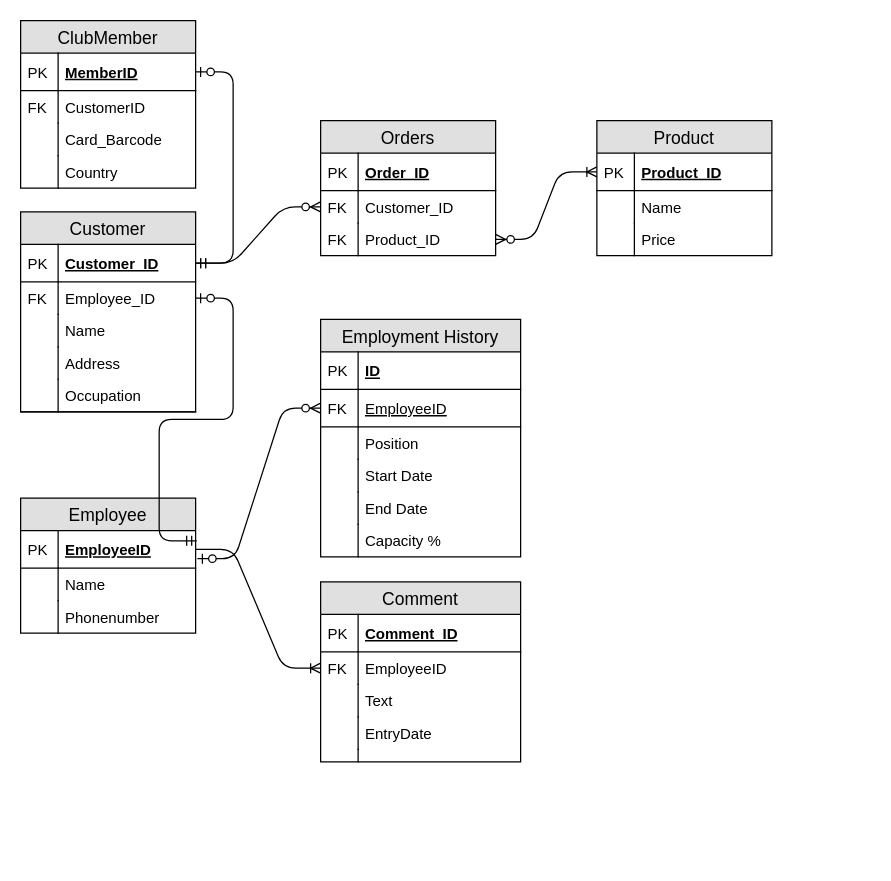
Above: ER Diagram.drawio in capperstrnd/DA352A_Project (draw.io), before the change. Source tidied: cells renumbered, new cells numbered last; positions are measured from the earlier drawing's top-left corner, leaving out a move shared by most shapes. Both pictures are drawn from the tidied source at 125%, with x=0, y=0 at pixel (20, 20).
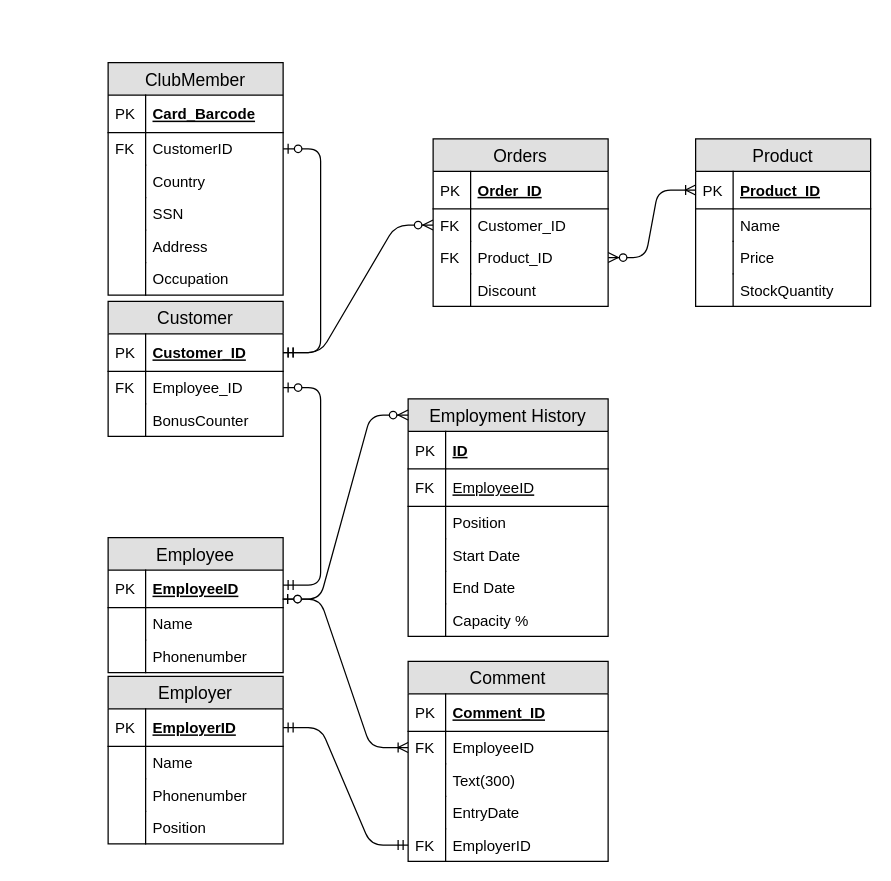
The same diagram, later.

The change refers to these unchanged cells:
```xml
<mxCell id="7" value="EmployeeID" style="shape=partialRectangle;top=0;left=0;right=0;bottom=1;align=left;verticalAlign=middle;fillColor=none;spacingLeft=34;spacingRight=4;overflow=hidden;points=[[0,0.5],[1,0.5]];portConstraint=eastwest;fontStyle=4;fontSize=12;" parent="4" vertex="1">
  <mxGeometry y="56" width="160" height="30" as="geometry" />
</mxCell>
<mxCell id="19" value="EmployeeID" style="shape=partialRectangle;top=0;left=0;right=0;bottom=1;align=left;verticalAlign=middle;fillColor=none;spacingLeft=34;spacingRight=4;overflow=hidden;points=[[0,0.5],[1,0.5]];portConstraint=eastwest;fontStyle=5;fontSize=12;" parent="18" vertex="1">
  <mxGeometry y="26" width="140" height="30" as="geometry" />
</mxCell>
<mxCell id="26" value="Customer_ID" style="shape=partialRectangle;top=0;left=0;right=0;bottom=1;align=left;verticalAlign=middle;fillColor=none;spacingLeft=34;spacingRight=4;overflow=hidden;points=[[0,0.5],[1,0.5]];portConstraint=eastwest;fontStyle=5;fontSize=12;" parent="25" vertex="1">
  <mxGeometry y="26" width="140" height="30" as="geometry" />
</mxCell>
<mxCell id="28" value="Employee_ID" style="shape=partialRectangle;top=0;left=0;right=0;bottom=0;align=left;verticalAlign=top;fillColor=none;spacingLeft=34;spacingRight=4;overflow=hidden;points=[[0,0.5],[1,0.5]];portConstraint=eastwest;fontSize=12;" parent="25" vertex="1">
  <mxGeometry y="56" width="140" height="26" as="geometry" />
</mxCell>
<mxCell id="53" value="CustomerID" style="shape=partialRectangle;top=0;left=0;right=0;bottom=0;align=left;verticalAlign=top;fillColor=none;spacingLeft=34;spacingRight=4;overflow=hidden;points=[[0,0.5],[1,0.5]];portConstraint=eastwest;fontSize=12;" parent="50" vertex="1">
  <mxGeometry y="56" width="140" height="26" as="geometry" />
</mxCell>
<mxCell id="64" value="EmployeeID&#10;" style="shape=partialRectangle;top=0;left=0;right=0;bottom=0;align=left;verticalAlign=top;fillColor=none;spacingLeft=34;spacingRight=4;overflow=hidden;points=[[0,0.5],[1,0.5]];portConstraint=eastwest;fontSize=12;" parent="61" vertex="1">
  <mxGeometry y="56" width="160" height="26" as="geometry" />
</mxCell>
```

What changed in the source:
```diff
@@
     <mxCell id="4" value="Employment History" style="swimlane;fontStyle=0;horizontal=1;startSize=26;fillColor=#e0e0e0;swimlaneFillColor=#ffffff;align=center;fontSize=14;" parent="1" vertex="1">
-      <mxGeometry x="240" y="239" width="160" height="190" as="geometry" />
+      <mxGeometry x="310" y="302.5" width="160" height="190" as="geometry" />
     </mxCell>
@@
-    <mxCell id="17" style="edgeStyle=entityRelationEdgeStyle;fontSize=12;html=1;endArrow=ERzeroToMany;startArrow=ERzeroToOne;exitX=1.01;exitY=0.748;exitDx=0;exitDy=0;exitPerimeter=0;" parent="1" edge="1" source="19" target="7">
-      <mxGeometry relative="1" as="geometry" />
+    <mxCell id="17" style="edgeStyle=entityRelationEdgeStyle;fontSize=12;html=1;endArrow=ERzeroToMany;startArrow=ERzeroToOne;exitX=0.997;exitY=0.774;exitDx=0;exitDy=0;exitPerimeter=0;" parent="1" edge="1" source="19">
+      <mxGeometry relative="1" as="geometry">
+        <mxPoint x="310" y="315.5" as="targetPoint" />
+      </mxGeometry>
     </mxCell>
     <mxCell id="18" value="Employee" style="swimlane;fontStyle=0;horizontal=1;startSize=26;fillColor=#e0e0e0;swimlaneFillColor=#ffffff;align=center;fontSize=14;" parent="1" vertex="1">
-      <mxGeometry y="382" width="140" height="108" as="geometry" />
+      <mxGeometry x="70" y="413.5" width="140" height="108" as="geometry" />
     </mxCell>
@@
     <mxCell id="25" value="Customer" style="swimlane;fontStyle=0;horizontal=1;startSize=26;fillColor=#e0e0e0;swimlaneFillColor=#ffffff;align=center;fontSize=14;" parent="1" vertex="1">
-      <mxGeometry y="153" width="140" height="160" as="geometry" />
+      <mxGeometry x="70" y="224.5" width="140" height="108" as="geometry" />
     </mxCell>
@@
-    <mxCell id="30" value="Name" style="shape=partialRectangle;top=0;left=0;right=0;bottom=0;align=left;verticalAlign=top;fillColor=none;spacingLeft=34;spacingRight=4;overflow=hidden;fontSize=12;" parent="25" vertex="1">
+    <mxCell id="30" value="BonusCounter" style="shape=partialRectangle;top=0;left=0;right=0;bottom=0;align=left;verticalAlign=top;fillColor=none;spacingLeft=34;spacingRight=4;overflow=hidden;fontSize=12;" parent="25" vertex="1">
       <mxGeometry y="82" width="140" height="26" as="geometry" />
     </mxCell>
@@
-    <mxCell id="32" value="Address" style="shape=partialRectangle;top=0;left=0;right=0;bottom=0;align=left;verticalAlign=top;fillColor=none;spacingLeft=34;spacingRight=4;overflow=hidden;fontSize=12;" parent="25" vertex="1">
-      <mxGeometry y="108" width="140" height="26" as="geometry" />
-    </mxCell>
-    <mxCell id="33" style="shape=partialRectangle;top=0;left=0;bottom=0;fillColor=none;align=left;verticalAlign=top;spacingLeft=4;spacingRight=4;overflow=hidden;fontSize=12;" parent="32" vertex="1">
-      <mxGeometry width="30" height="26" as="geometry" />
-    </mxCell>
-    <mxCell id="34" value="Occupation" style="shape=partialRectangle;top=0;left=0;right=0;bottom=1;align=left;verticalAlign=top;fillColor=none;spacingLeft=34;spacingRight=4;overflow=hidden;fontSize=12;" parent="25" vertex="1">
-      <mxGeometry y="134" width="140" height="26" as="geometry" />
-    </mxCell>
-    <mxCell id="35" style="shape=partialRectangle;top=0;left=0;bottom=0;fillColor=none;align=left;verticalAlign=top;spacingLeft=4;spacingRight=4;overflow=hidden;fontSize=12;" parent="34" vertex="1">
-      <mxGeometry width="30" height="26" as="geometry" />
-    </mxCell>
     <mxCell id="36" value="Orders" style="swimlane;fontStyle=0;horizontal=1;startSize=26;fillColor=#e0e0e0;swimlaneFillColor=#ffffff;align=center;fontSize=14;" parent="1" vertex="1">
-      <mxGeometry x="240" y="80" width="140" height="108" as="geometry" />
+      <mxGeometry x="330" y="94.5" width="140" height="134" as="geometry" />
     </mxCell>
@@
+    <mxCell id="73" value="Discount" style="shape=partialRectangle;top=0;left=0;right=0;bottom=0;align=left;verticalAlign=top;fillColor=none;spacingLeft=34;spacingRight=4;overflow=hidden;fontSize=12;" parent="36" vertex="1">
+      <mxGeometry y="108" width="140" height="26" as="geometry" />
+    </mxCell>
+    <mxCell id="74" style="shape=partialRectangle;top=0;left=0;bottom=0;fillColor=none;align=left;verticalAlign=top;spacingLeft=4;spacingRight=4;overflow=hidden;fontSize=12;" parent="73" vertex="1">
+      <mxGeometry width="30" height="26" as="geometry" />
+    </mxCell>
     <mxCell id="43" value="Product" style="swimlane;fontStyle=0;horizontal=1;startSize=26;fillColor=#e0e0e0;swimlaneFillColor=#ffffff;align=center;fontSize=14;" parent="1" vertex="1">
-      <mxGeometry x="461" y="80" width="140" height="108" as="geometry" />
+      <mxGeometry x="540" y="94.5" width="140" height="134" as="geometry" />
     </mxCell>
@@
+    <mxCell id="75" value="StockQuantity" style="shape=partialRectangle;top=0;left=0;right=0;bottom=0;align=left;verticalAlign=top;fillColor=none;spacingLeft=34;spacingRight=4;overflow=hidden;fontSize=12;" parent="43" vertex="1">
+      <mxGeometry y="108" width="140" height="26" as="geometry" />
+    </mxCell>
+    <mxCell id="76" style="shape=partialRectangle;top=0;left=0;bottom=0;fillColor=none;align=left;verticalAlign=top;spacingLeft=4;spacingRight=4;overflow=hidden;fontSize=12;" parent="75" vertex="1">
+      <mxGeometry width="30" height="26" as="geometry" />
+    </mxCell>
     <mxCell id="50" value="ClubMember" style="swimlane;fontStyle=0;horizontal=1;startSize=26;fillColor=#e0e0e0;swimlaneFillColor=#ffffff;align=center;fontSize=14;" parent="1" vertex="1">
-      <mxGeometry width="140" height="134" as="geometry" />
+      <mxGeometry x="70" y="33.5" width="140" height="186" as="geometry" />
     </mxCell>
-    <mxCell id="51" value="MemberID" style="shape=partialRectangle;top=0;left=0;right=0;bottom=1;align=left;verticalAlign=middle;fillColor=none;spacingLeft=34;spacingRight=4;overflow=hidden;points=[[0,0.5],[1,0.5]];portConstraint=eastwest;fontStyle=5;fontSize=12;" parent="50" vertex="1">
+    <mxCell id="51" value="Card_Barcode" style="shape=partialRectangle;top=0;left=0;right=0;bottom=1;align=left;verticalAlign=middle;fillColor=none;spacingLeft=34;spacingRight=4;overflow=hidden;points=[[0,0.5],[1,0.5]];portConstraint=eastwest;fontStyle=5;fontSize=12;" parent="50" vertex="1">
       <mxGeometry y="26" width="140" height="30" as="geometry" />
     </mxCell>
@@
-    <mxCell id="55" value="Card_Barcode" style="shape=partialRectangle;top=0;left=0;right=0;bottom=0;align=left;verticalAlign=top;fillColor=none;spacingLeft=34;spacingRight=4;overflow=hidden;fontSize=12;" parent="50" vertex="1">
-      <mxGeometry y="82" width="140" height="26" as="geometry" />
-    </mxCell>
-    <mxCell id="56" style="shape=partialRectangle;top=0;left=0;bottom=0;fillColor=none;align=left;verticalAlign=top;spacingLeft=4;spacingRight=4;overflow=hidden;fontSize=12;" parent="55" vertex="1">
-      <mxGeometry width="30" height="26" as="geometry" />
-    </mxCell>
     <mxCell id="57" value="Country" style="shape=partialRectangle;top=0;left=0;right=0;bottom=0;align=left;verticalAlign=top;fillColor=none;spacingLeft=34;spacingRight=4;overflow=hidden;fontSize=12;" parent="50" vertex="1">
-      <mxGeometry y="108" width="140" height="26" as="geometry" />
+      <mxGeometry y="82" width="140" height="26" as="geometry" />
     </mxCell>
@@
+    <mxCell id="77" value="SSN" style="shape=partialRectangle;top=0;left=0;right=0;bottom=0;align=left;verticalAlign=top;fillColor=none;spacingLeft=34;spacingRight=4;overflow=hidden;fontSize=12;" parent="50" vertex="1">
+      <mxGeometry y="108" width="140" height="26" as="geometry" />
+    </mxCell>
+    <mxCell id="78" style="shape=partialRectangle;top=0;left=0;bottom=0;fillColor=none;align=left;verticalAlign=top;spacingLeft=4;spacingRight=4;overflow=hidden;fontSize=12;" parent="77" vertex="1">
+      <mxGeometry width="30" height="26" as="geometry" />
+    </mxCell>
+    <mxCell id="32" value="Address" style="shape=partialRectangle;top=0;left=0;right=0;bottom=0;align=left;verticalAlign=top;fillColor=none;spacingLeft=34;spacingRight=4;overflow=hidden;fontSize=12;" parent="50" vertex="1">
+      <mxGeometry y="134" width="140" height="26" as="geometry" />
+    </mxCell>
+    <mxCell id="79" style="shape=partialRectangle;top=0;left=0;bottom=0;fillColor=none;align=left;verticalAlign=top;spacingLeft=4;spacingRight=4;overflow=hidden;fontSize=12;" parent="32" vertex="1">
+      <mxGeometry width="30" height="26" as="geometry" />
+    </mxCell>
+    <mxCell id="34" value="Occupation" style="shape=partialRectangle;top=0;left=0;right=0;bottom=0;align=left;verticalAlign=top;fillColor=none;spacingLeft=34;spacingRight=4;overflow=hidden;fontSize=12;" parent="50" vertex="1">
+      <mxGeometry y="160" width="140" height="26" as="geometry" />
+    </mxCell>
+    <mxCell id="80" style="shape=partialRectangle;top=0;left=0;bottom=0;fillColor=none;align=left;verticalAlign=top;spacingLeft=4;spacingRight=4;overflow=hidden;fontSize=12;" parent="34" vertex="1">
+      <mxGeometry width="30" height="26" as="geometry" />
+    </mxCell>
-    <mxCell id="59" style="edgeStyle=entityRelationEdgeStyle;fontSize=12;html=1;endArrow=ERzeroToOne;startArrow=ERmandOne;exitX=1.006;exitY=0.271;exitDx=0;exitDy=0;exitPerimeter=0;" parent="1" edge="1" source="19" target="28">
-      <mxGeometry relative="1" as="geometry" />
+    <mxCell id="59" style="edgeStyle=entityRelationEdgeStyle;fontSize=12;html=1;endArrow=ERzeroToOne;startArrow=ERmandOne;" parent="1" edge="1" target="28">
+      <mxGeometry relative="1" as="geometry">
+        <mxPoint x="210" y="451.5" as="sourcePoint" />
+      </mxGeometry>
     </mxCell>
-    <mxCell id="60" style="edgeStyle=entityRelationEdgeStyle;fontSize=12;html=1;endArrow=ERzeroToOne;startArrow=ERmandOne;" parent="1" edge="1" source="26" target="51">
+    <mxCell id="60" style="edgeStyle=entityRelationEdgeStyle;fontSize=12;html=1;endArrow=ERzeroToOne;startArrow=ERmandOne;" parent="1" edge="1" source="26" target="53">
       <mxGeometry relative="1" as="geometry" />
     </mxCell>
     <mxCell id="61" value="Comment" style="swimlane;fontStyle=0;horizontal=1;startSize=26;fillColor=#e0e0e0;swimlaneFillColor=#ffffff;align=center;fontSize=14;" parent="1" vertex="1">
-      <mxGeometry x="240" y="449" width="160" height="144" as="geometry" />
+      <mxGeometry x="310" y="512.5" width="160" height="160" as="geometry" />
     </mxCell>
@@
-    <mxCell id="66" value="Text" style="shape=partialRectangle;top=0;left=0;right=0;bottom=0;align=left;verticalAlign=top;fillColor=none;spacingLeft=34;spacingRight=4;overflow=hidden;fontSize=12;" parent="61" vertex="1">
+    <mxCell id="66" value="Text(300)" style="shape=partialRectangle;top=0;left=0;right=0;bottom=0;align=left;verticalAlign=top;fillColor=none;spacingLeft=34;spacingRight=4;overflow=hidden;fontSize=12;" parent="61" vertex="1">
       <mxGeometry y="82" width="160" height="26" as="geometry" />
     </mxCell>
@@
-    <mxCell id="70" style="shape=partialRectangle;top=0;left=0;right=0;bottom=0;align=left;verticalAlign=top;fillColor=none;spacingLeft=34;spacingRight=4;overflow=hidden;fontSize=12;" parent="61" vertex="1">
-      <mxGeometry y="134" width="160" height="10" as="geometry" />
-    </mxCell>
-    <mxCell id="71" style="shape=partialRectangle;top=0;left=0;bottom=0;fillColor=none;align=left;verticalAlign=top;spacingLeft=4;spacingRight=4;overflow=hidden;fontSize=12;" parent="70" vertex="1">
-      <mxGeometry width="30" height="10" as="geometry" />
-    </mxCell>
+    <mxCell id="81" value="EmployerID" style="shape=partialRectangle;top=0;left=0;right=0;bottom=0;align=left;verticalAlign=top;fillColor=none;spacingLeft=34;spacingRight=4;overflow=hidden;points=[[0,0.5],[1,0.5]];portConstraint=eastwest;fontSize=12;" parent="61" vertex="1">
+      <mxGeometry y="134" width="160" height="26" as="geometry" />
+    </mxCell>
+    <mxCell id="82" value="FK" style="shape=partialRectangle;top=0;left=0;bottom=0;fillColor=none;align=left;verticalAlign=top;spacingLeft=4;spacingRight=4;overflow=hidden;fontSize=12;" parent="81" vertex="1">
+      <mxGeometry width="30" height="26" as="geometry" />
+    </mxCell>
-    <mxCell id="72" style="edgeStyle=entityRelationEdgeStyle;fontSize=12;html=1;endArrow=ERoneToMany;exitX=1;exitY=0.5;exitDx=0;exitDy=0;entryX=0;entryY=0.5;entryDx=0;entryDy=0;" parent="1" edge="1" source="19" target="64">
+    <mxCell id="72" style="edgeStyle=entityRelationEdgeStyle;fontSize=12;html=1;endArrow=ERoneToMany;startArrow=ERzeroToOne;exitX=0.997;exitY=0.774;exitDx=0;exitDy=0;exitPerimeter=0;" parent="1" edge="1" source="19" target="64">
       <mxGeometry relative="1" as="geometry" />
     </mxCell>
+    <mxCell id="83" value="Employer" style="swimlane;fontStyle=0;horizontal=1;startSize=26;fillColor=#e0e0e0;swimlaneFillColor=#ffffff;align=center;fontSize=14;" parent="1" vertex="1">
+      <mxGeometry x="70" y="524.5" width="140" height="134" as="geometry" />
+    </mxCell>
+    <mxCell id="84" value="EmployerID" style="shape=partialRectangle;top=0;left=0;right=0;bottom=1;align=left;verticalAlign=middle;fillColor=none;spacingLeft=34;spacingRight=4;overflow=hidden;points=[[0,0.5],[1,0.5]];portConstraint=eastwest;fontStyle=5;fontSize=12;" parent="83" vertex="1">
+      <mxGeometry y="26" width="140" height="30" as="geometry" />
+    </mxCell>
+    <mxCell id="85" value="PK" style="shape=partialRectangle;top=0;left=0;bottom=0;fillColor=none;align=left;verticalAlign=middle;spacingLeft=4;spacingRight=4;overflow=hidden;fontSize=12;" parent="84" vertex="1">
+      <mxGeometry width="30" height="30" as="geometry" />
+    </mxCell>
+    <mxCell id="86" value="Name" style="shape=partialRectangle;top=0;left=0;right=0;bottom=0;align=left;verticalAlign=top;fillColor=none;spacingLeft=34;spacingRight=4;overflow=hidden;fontSize=12;" parent="83" vertex="1">
+      <mxGeometry y="56" width="140" height="26" as="geometry" />
+    </mxCell>
+    <mxCell id="87" style="shape=partialRectangle;top=0;left=0;bottom=0;fillColor=none;align=left;verticalAlign=top;spacingLeft=4;spacingRight=4;overflow=hidden;fontSize=12;" parent="86" vertex="1">
+      <mxGeometry width="30" height="26" as="geometry" />
+    </mxCell>
+    <mxCell id="88" value="Phonenumber" style="shape=partialRectangle;top=0;left=0;right=0;bottom=0;align=left;verticalAlign=top;fillColor=none;spacingLeft=34;spacingRight=4;overflow=hidden;fontSize=12;" parent="83" vertex="1">
+      <mxGeometry y="82" width="140" height="26" as="geometry" />
+    </mxCell>
+    <mxCell id="89" style="shape=partialRectangle;top=0;left=0;bottom=0;fillColor=none;align=left;verticalAlign=top;spacingLeft=4;spacingRight=4;overflow=hidden;fontSize=12;" parent="88" vertex="1">
+      <mxGeometry width="30" height="26" as="geometry" />
+    </mxCell>
+    <mxCell id="90" value="Position" style="shape=partialRectangle;top=0;left=0;right=0;bottom=0;align=left;verticalAlign=top;fillColor=none;spacingLeft=34;spacingRight=4;overflow=hidden;fontSize=12;" parent="83" vertex="1">
+      <mxGeometry y="108" width="140" height="26" as="geometry" />
+    </mxCell>
+    <mxCell id="91" style="shape=partialRectangle;top=0;left=0;bottom=0;fillColor=none;align=left;verticalAlign=top;spacingLeft=4;spacingRight=4;overflow=hidden;fontSize=12;" parent="90" vertex="1">
+      <mxGeometry width="30" height="26" as="geometry" />
+    </mxCell>
+    <mxCell id="92" style="edgeStyle=entityRelationEdgeStyle;fontSize=12;html=1;endArrow=ERmandOne;startArrow=ERmandOne;" parent="1" edge="1" source="84" target="81">
+      <mxGeometry relative="1" as="geometry" />
+    </mxCell>
```
